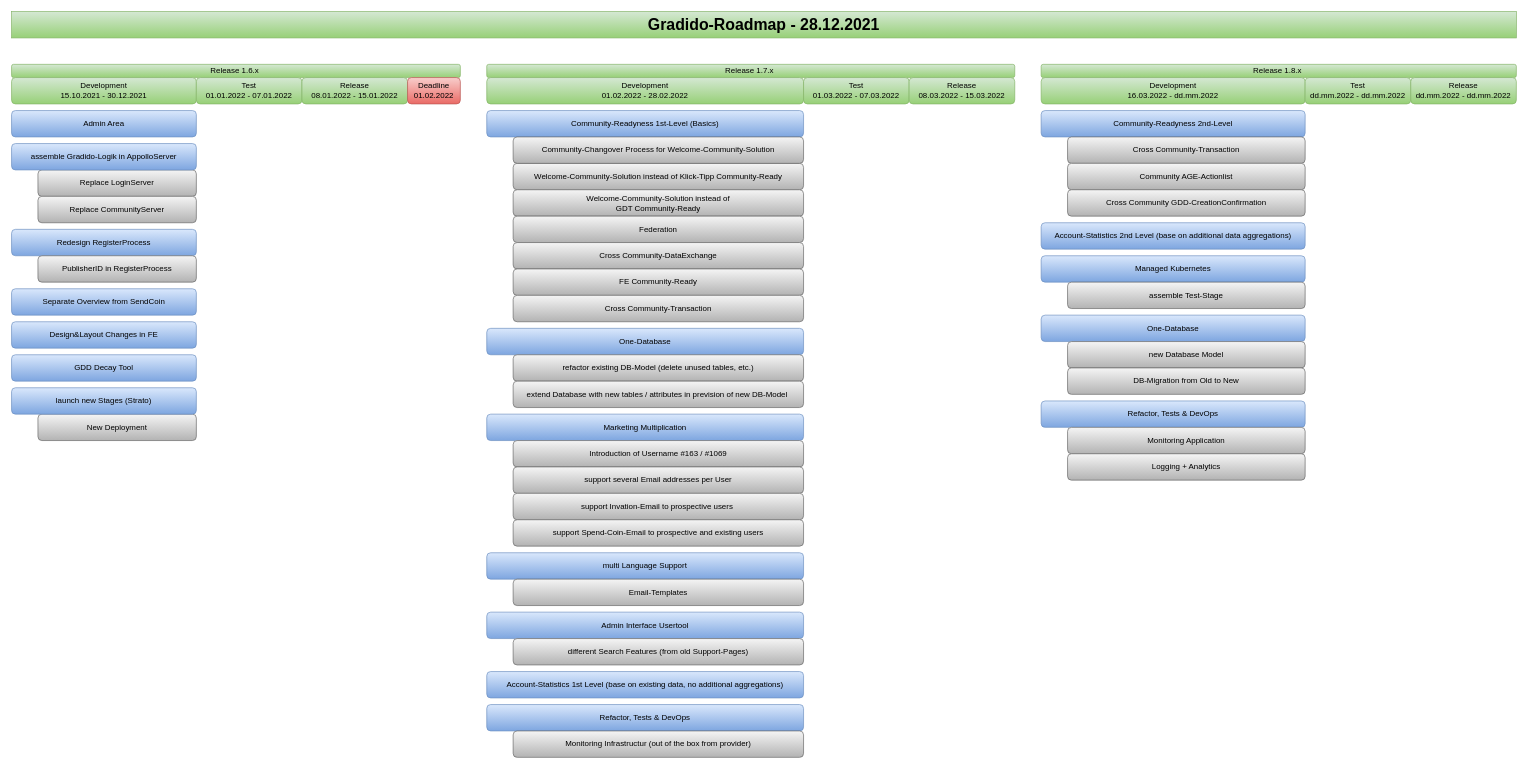
gradido/gradido keeps this draw.io diagram as docu/graphics/roadmap_V2.drawio. Above is the earlier version. Source tidied: cells renumbered, new cells numbered last; positions are measured from the earlier drawing's top-left corner, leaving out a move shared by most shapes. Both pictures are drawn from the tidied source at 66%, with x=0, y=0 at pixel (11, 11).
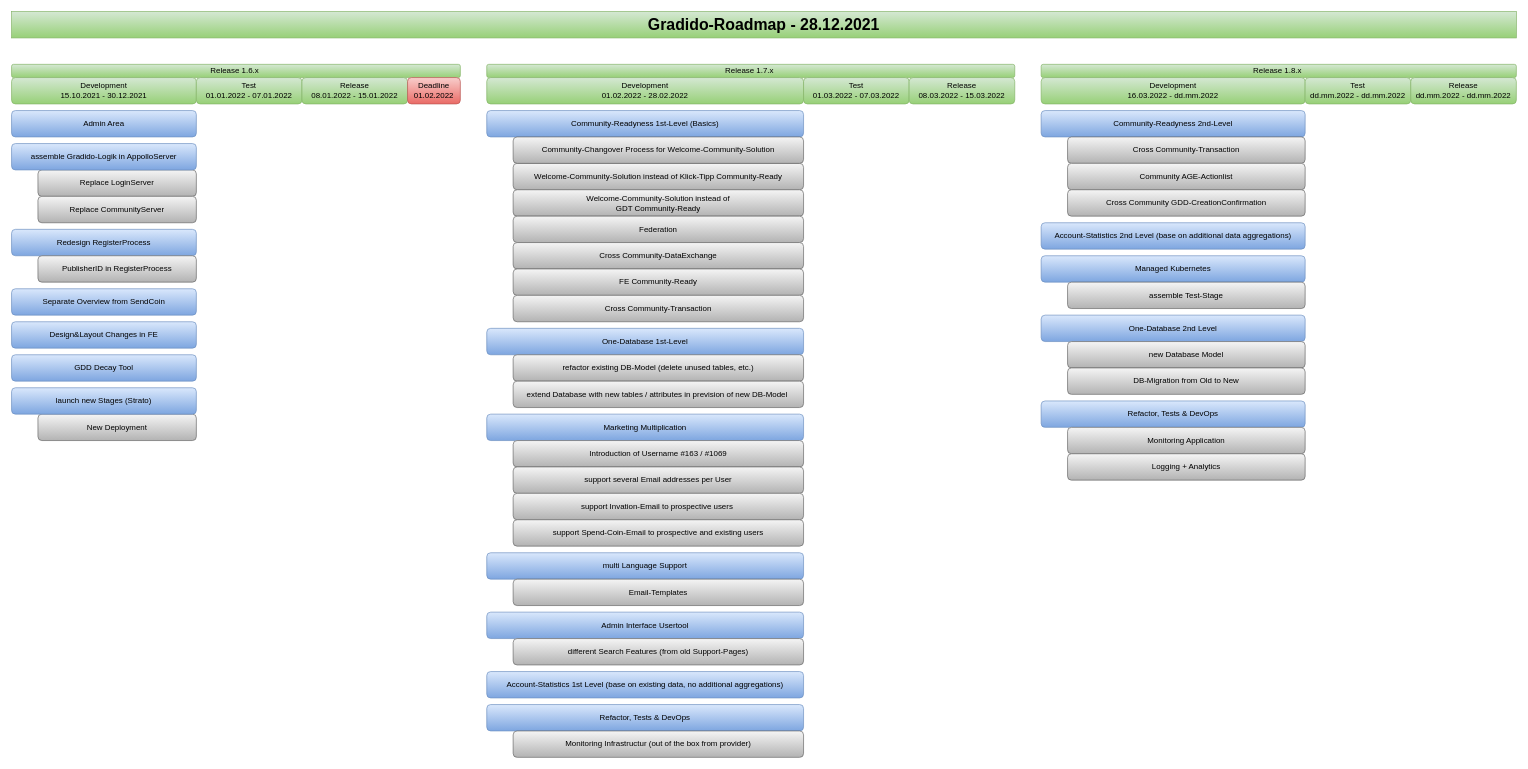
Above is the later version.

Commit message (it also covers changes not shown here):
rework roadmap

Diff of the diagram source:
```diff
@@
-    <mxCell id="46" value="One-Database" style="rounded=1;whiteSpace=wrap;html=1;fillColor=#dae8fc;strokeColor=#6c8ebf;gradientColor=#7ea6e0;" parent="1" vertex="1">
-      <mxGeometry x="720" y="480" width="480" height="40" as="geometry" />
-    </mxCell>
+    <mxCell id="63" value="One-Database 1st-Level" style="rounded=1;whiteSpace=wrap;html=1;fillColor=#dae8fc;strokeColor=#6c8ebf;gradientColor=#7ea6e0;" parent="1" vertex="1">
+      <mxGeometry x="720" y="480" width="480" height="40" as="geometry" />
+    </mxCell>
@@
-    <mxCell id="48" value="One-Database" style="rounded=1;whiteSpace=wrap;html=1;fillColor=#dae8fc;strokeColor=#6c8ebf;gradientColor=#7ea6e0;" parent="1" vertex="1">
-      <mxGeometry x="1560" y="460" width="400" height="40" as="geometry" />
-    </mxCell>
+    <mxCell id="64" value="One-Database 2nd Level" style="rounded=1;whiteSpace=wrap;html=1;fillColor=#dae8fc;strokeColor=#6c8ebf;gradientColor=#7ea6e0;" parent="1" vertex="1">
+      <mxGeometry x="1560" y="460" width="400" height="40" as="geometry" />
+    </mxCell>
```
